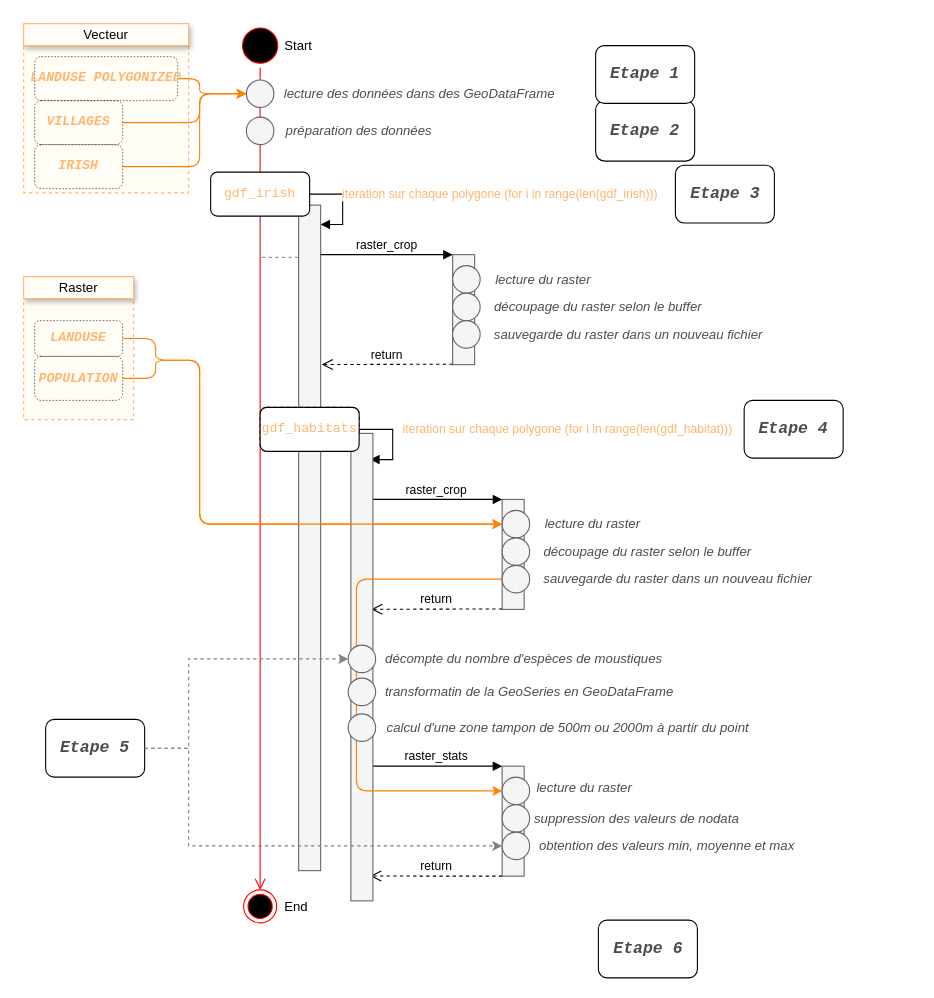
Earlier version of the draw.io diagram page "Par pays/habitats" (3 of 3) of docs/INPMT_simple.drawio (pierre-manchon/INPMT). Source tidied: cells renumbered, new cells numbered last; positions are measured from the earlier drawing's top-left corner, leaving out a move shared by most shapes. Both pictures are drawn from the tidied source at 110%, with x=0, y=0 at pixel (23, 23).
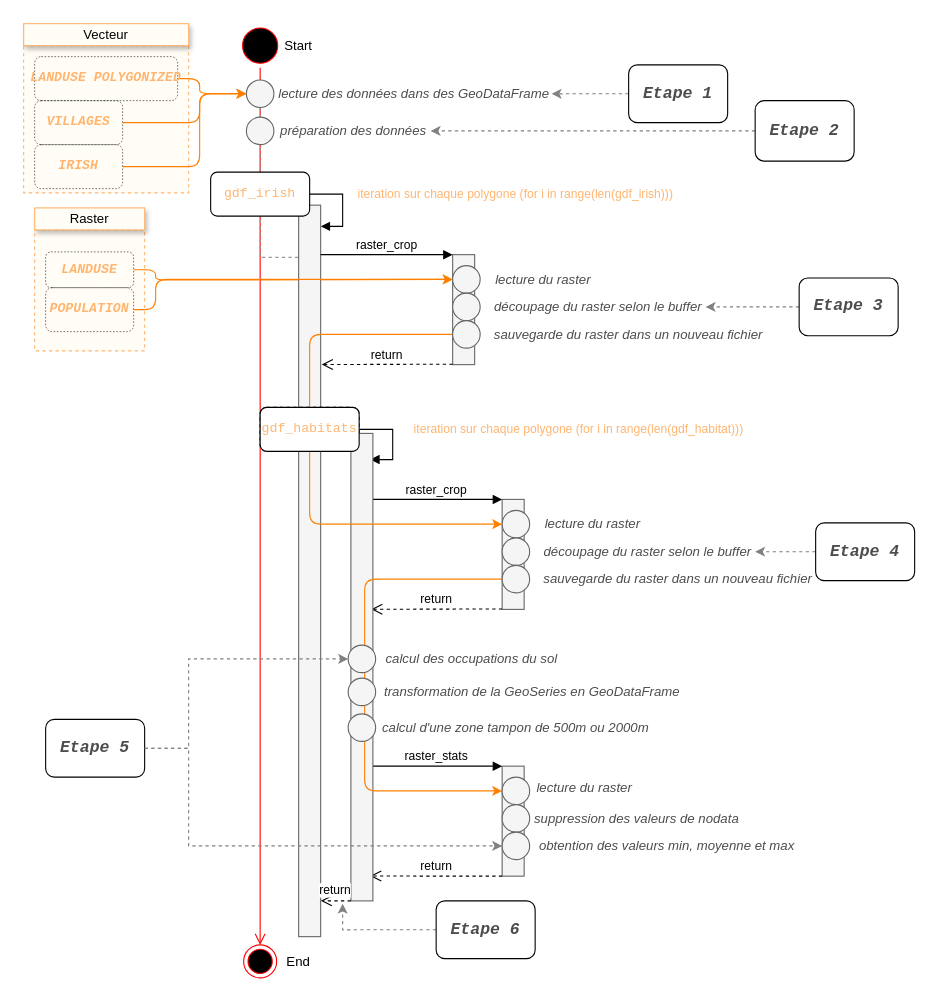
After the change.

The change refers to these unchanged cells:
```xml
<mxCell id="6" style="ellipse;html=1;shape=startState;fillColor=#000000;strokeColor=#ff0000;" parent="1" vertex="1">
  <mxGeometry x="195" width="40" height="40" as="geometry" />
</mxCell>
<mxCell id="33" value="&lt;pre style=&quot;font-family: &amp;quot;fira code&amp;quot;, monospace;&quot;&gt;&lt;pre style=&quot;font-family: &amp;quot;fira code&amp;quot; , monospace&quot;&gt;&lt;font&gt;gdf_villages&lt;/font&gt;&lt;/pre&gt;&lt;/pre&gt;" style="rounded=1;whiteSpace=wrap;html=1;sketch=0;shadow=0;labelBackgroundColor=none;fontColor=#7EA6E0;dashed=1;" parent="1" vertex="1">
  <mxGeometry x="215" y="348.8" width="90" height="40" as="geometry" />
</mxCell>
<mxCell id="35" style="html=1;points=[];perimeter=orthogonalPerimeter;fillColor=#f5f5f5;strokeColor=#666666;fontColor=#333333;" parent="1" vertex="1">
  <mxGeometry x="297.5" y="372.5" width="20" height="425" as="geometry" />
</mxCell>
<mxCell id="41" value="&lt;div&gt;découpage du raster selon le buffer&lt;/div&gt;" style="text;html=1;align=center;verticalAlign=middle;whiteSpace=wrap;rounded=0;shadow=0;glass=0;labelBackgroundColor=none;sketch=0;fontColor=#4D4D4D;fontStyle=2;" parent="1" vertex="1">
  <mxGeometry x="470" y="470" width="195" height="20" as="geometry" />
</mxCell>
<mxCell id="46" style="ellipse;whiteSpace=wrap;html=1;rounded=1;shadow=0;glass=0;labelBackgroundColor=none;sketch=0;fontColor=#333333;strokeColor=#666666;strokeWidth=1;fillColor=#f5f5f5;" parent="1" vertex="1">
  <mxGeometry x="435" y="442.5" width="25" height="25" as="geometry" />
</mxCell>
<mxCell id="49" style="ellipse;whiteSpace=wrap;html=1;rounded=1;shadow=0;glass=0;labelBackgroundColor=none;sketch=0;fontColor=#333333;strokeColor=#666666;strokeWidth=1;fillColor=#f5f5f5;" parent="1" vertex="1">
  <mxGeometry x="435" y="492.5" width="25" height="25" as="geometry" />
</mxCell>
<mxCell id="50" style="ellipse;whiteSpace=wrap;html=1;rounded=1;shadow=0;glass=0;labelBackgroundColor=none;sketch=0;fontColor=#333333;strokeColor=#666666;strokeWidth=1;fillColor=#f5f5f5;" parent="1" vertex="1">
  <mxGeometry x="435" y="685" width="25" height="25" as="geometry" />
</mxCell>
<mxCell id="70" value="&lt;div&gt;découpage du raster selon le buffer&lt;/div&gt;" style="text;html=1;align=center;verticalAlign=middle;whiteSpace=wrap;rounded=0;shadow=0;glass=0;labelBackgroundColor=none;sketch=0;fontColor=#4D4D4D;fontStyle=2;" parent="1" vertex="1">
  <mxGeometry x="425" y="247.5" width="195" height="20" as="geometry" />
</mxCell>
<mxCell id="72" style="ellipse;whiteSpace=wrap;html=1;rounded=1;shadow=0;glass=0;labelBackgroundColor=none;sketch=0;fontColor=#333333;strokeColor=#666666;strokeWidth=1;fillColor=#f5f5f5;" parent="1" vertex="1">
  <mxGeometry x="390" y="220" width="25" height="25" as="geometry" />
</mxCell>
<mxCell id="74" style="ellipse;whiteSpace=wrap;html=1;rounded=1;shadow=0;glass=0;labelBackgroundColor=none;sketch=0;fontColor=#333333;strokeColor=#666666;strokeWidth=1;fillColor=#f5f5f5;" parent="1" vertex="1">
  <mxGeometry x="390" y="270" width="25" height="25" as="geometry" />
</mxCell>
```

Diff of the diagram source:
```diff
@@
     <mxCell id="2" style="rounded=0;whiteSpace=wrap;html=1;labelBackgroundColor=none;dashed=1;strokeColor=#FFB570;fillColor=#FFFDF5;" parent="1" vertex="1">
-      <mxGeometry y="250" width="100" height="110" as="geometry" />
+      <mxGeometry x="10" y="187.5" width="100" height="110" as="geometry" />
     </mxCell>
@@
     <mxCell id="7" style="edgeStyle=orthogonalEdgeStyle;html=1;verticalAlign=bottom;endArrow=open;endSize=8;strokeColor=#ff0000;exitX=0.5;exitY=1;exitDx=0;exitDy=0;entryX=0.5;entryY=0;entryDx=0;entryDy=0;" parent="1" edge="1" source="6" target="8">
       <mxGeometry relative="1" as="geometry">
         <Array as="points">
-          <mxPoint x="215" y="381.2" />
-          <mxPoint x="215" y="381.2" />
+          <mxPoint x="215" y="830" />
+          <mxPoint x="215" y="830" />
         </Array>
       </mxGeometry>
     </mxCell>
     <mxCell id="8" style="ellipse;html=1;shape=endState;fillColor=#000000;strokeColor=#ff0000;" parent="1" vertex="1">
-      <mxGeometry x="200" y="787.5" width="30" height="30" as="geometry" />
+      <mxGeometry x="200" y="837.5" width="30" height="30" as="geometry" />
     </mxCell>
@@
     <mxCell id="11" value="Raster" style="rounded=0;whiteSpace=wrap;html=1;labelBackgroundColor=none;glass=0;shadow=1;strokeColor=#FFB570;fillColor=#FFFDF5;" parent="1" vertex="1">
-      <mxGeometry y="230" width="100" height="20" as="geometry" />
+      <mxGeometry x="10" y="167.5" width="100" height="20" as="geometry" />
     </mxCell>
-    <mxCell id="12" style="edgeStyle=orthogonalEdgeStyle;rounded=1;jettySize=auto;html=1;exitX=1;exitY=0.5;exitDx=0;exitDy=0;entryX=0;entryY=0.5;entryDx=0;entryDy=0;fontSize=15;fontColor=#FFB570;strokeColor=#FF8000;strokeWidth=1;" parent="1" edge="1" source="13" target="46">
+    <mxCell id="12" style="edgeStyle=orthogonalEdgeStyle;rounded=1;jettySize=auto;html=1;exitX=1;exitY=0.5;exitDx=0;exitDy=0;entryX=0;entryY=0.5;entryDx=0;entryDy=0;fontSize=15;fontColor=#FFB570;strokeColor=#FF8000;strokeWidth=1;" parent="1" edge="1" source="13" target="72">
       <mxGeometry relative="1" as="geometry">
         <Array as="points">
-          <mxPoint x="120" y="286" />
-          <mxPoint x="120" y="306" />
-          <mxPoint x="160" y="306" />
-          <mxPoint x="160" y="455" />
+          <mxPoint x="120" y="224" />
+          <mxPoint x="120" y="233" />
+          <mxPoint x="160" y="233" />
         </Array>
       </mxGeometry>
     </mxCell>
     <mxCell id="13" value="&lt;pre style=&quot;font-family: &amp;quot;fira code&amp;quot; , monospace&quot;&gt;&lt;span&gt;LANDUSE&lt;/span&gt;&lt;/pre&gt;" style="rounded=1;whiteSpace=wrap;html=1;sketch=0;shadow=0;labelBackgroundColor=none;strokeWidth=0.5;fontColor=#FFB570;fontStyle=3;fillColor=none;dashed=1;" parent="1" vertex="1">
-      <mxGeometry x="10" y="270" width="80" height="32.5" as="geometry" />
+      <mxGeometry x="20" y="207.5" width="80" height="32.5" as="geometry" />
     </mxCell>
     <mxCell id="14" value="lecture des données dans des GeoDataFrame" style="text;html=1;align=center;verticalAlign=middle;whiteSpace=wrap;rounded=0;shadow=0;glass=0;labelBackgroundColor=none;sketch=0;fontColor=#4D4D4D;fontStyle=2;" parent="1" vertex="1">
-      <mxGeometry x="230" y="53.8" width="260" height="20" as="geometry" />
+      <mxGeometry x="230" y="53.8" width="250" height="20" as="geometry" />
     </mxCell>
@@
     <mxCell id="17" value="&lt;pre style=&quot;font-family: &amp;quot;fira code&amp;quot; , monospace&quot;&gt;&lt;span&gt;POPULATION&lt;/span&gt;&lt;/pre&gt;" style="rounded=1;whiteSpace=wrap;html=1;sketch=0;shadow=0;labelBackgroundColor=none;strokeWidth=0.5;fontColor=#FFB570;fontStyle=3;fillColor=none;dashed=1;" parent="1" vertex="1">
-      <mxGeometry x="10" y="302.5" width="80" height="40" as="geometry" />
+      <mxGeometry x="20" y="240" width="80" height="40" as="geometry" />
     </mxCell>
+    <mxCell id="75" style="edgeStyle=orthogonalEdgeStyle;rounded=0;jettySize=auto;html=1;exitX=0;exitY=0.5;exitDx=0;exitDy=0;entryX=1;entryY=0.5;entryDx=0;entryDy=0;dashed=1;strokeColor=#808080;" parent="1" edge="1" source="18" target="64">
+      <mxGeometry relative="1" as="geometry" />
+    </mxCell>
     <mxCell id="18" value="&lt;pre style=&quot;font-family: &amp;quot;fira code&amp;quot;, monospace; font-size: 15px;&quot;&gt;&lt;pre style=&quot;font-family: &amp;quot;fira code&amp;quot;, monospace; font-size: 15px;&quot;&gt;&lt;font color=&quot;#4d4d4d&quot; style=&quot;line-height: 100%; font-size: 15px;&quot;&gt;Etape 2&lt;/font&gt;&lt;/pre&gt;&lt;/pre&gt;" style="rounded=1;whiteSpace=wrap;html=1;sketch=0;shadow=0;labelBackgroundColor=#ffffff;strokeWidth=1;fontSize=15;fontStyle=3;" parent="1" vertex="1">
-      <mxGeometry x="520" y="70" width="90" height="55" as="geometry" />
+      <mxGeometry x="665" y="70" width="90" height="55" as="geometry" />
     </mxCell>
@@
+    <mxCell id="76" style="edgeStyle=orthogonalEdgeStyle;rounded=0;jettySize=auto;html=1;exitX=0;exitY=0.5;exitDx=0;exitDy=0;entryX=1;entryY=0.5;entryDx=0;entryDy=0;dashed=1;strokeColor=#808080;" parent="1" edge="1" source="20" target="14">
+      <mxGeometry relative="1" as="geometry" />
+    </mxCell>
     <mxCell id="20" value="&lt;pre style=&quot;font-family: &amp;#34;fira code&amp;#34; , monospace ; font-size: 15px&quot;&gt;&lt;pre style=&quot;font-family: &amp;#34;fira code&amp;#34; , monospace ; font-size: 15px&quot;&gt;&lt;font color=&quot;#4d4d4d&quot; style=&quot;line-height: 100% ; font-size: 15px&quot;&gt;Etape 1&lt;/font&gt;&lt;/pre&gt;&lt;/pre&gt;" style="rounded=1;whiteSpace=wrap;html=1;sketch=0;shadow=0;labelBackgroundColor=none;strokeWidth=1;fontSize=15;fontStyle=3;" parent="1" vertex="1">
-      <mxGeometry x="520" y="20" width="90" height="52.5" as="geometry" />
+      <mxGeometry x="550" y="37.5" width="90" height="52.5" as="geometry" />
     </mxCell>
@@
     <mxCell id="23" value="&lt;font color=&quot;#ffb570&quot;&gt;iteration sur chaque polygone (for i in range(len(gdf_irish)))&lt;/font&gt;" style="edgeStyle=orthogonalEdgeStyle;html=1;align=left;spacingLeft=2;endArrow=block;rounded=0;exitX=1;exitY=0.5;exitDx=0;exitDy=0;entryX=0.998;entryY=0.029;entryDx=0;entryDy=0;entryPerimeter=0;" parent="1" edge="1" target="24">
-      <mxGeometry x="-0.33" relative="1" as="geometry">
+      <mxGeometry x="-0.24" y="10" relative="1" as="geometry">
         <mxPoint x="260" y="155" as="sourcePoint" />
         <Array as="points">
           <mxPoint x="290" y="155" />
-          <mxPoint x="290" y="183" />
+          <mxPoint x="290" y="184" />
         </Array>
       </mxGeometry>
     </mxCell>
     <mxCell id="24" style="html=1;points=[];perimeter=orthogonalPerimeter;fillColor=#f5f5f5;strokeColor=#666666;fontColor=#333333;" parent="1" vertex="1">
-      <mxGeometry x="250" y="165" width="20" height="605" as="geometry" />
+      <mxGeometry x="250" y="165" width="20" height="665" as="geometry" />
     </mxCell>
@@
     <mxCell id="32" value="&lt;font color=&quot;#ffb570&quot;&gt;iteration sur chaque polygone (for i in range(len(gdf_habitat)))&lt;/font&gt;" style="edgeStyle=orthogonalEdgeStyle;html=1;align=left;spacingLeft=2;endArrow=block;rounded=0;exitX=1;exitY=0.5;exitDx=0;exitDy=0;entryX=0.998;entryY=0.029;entryDx=0;entryDy=0;entryPerimeter=0;" parent="1" edge="1" source="33">
-      <mxGeometry x="-0.22" y="5" relative="1" as="geometry">
+      <mxGeometry x="-0.22" y="15" relative="1" as="geometry">
         <mxPoint x="315" y="396.3" as="targetPoint" />
         <Array as="points">
           <mxPoint x="335.5" y="368.8" />
           <mxPoint x="335.5" y="396.8" />
         </Array>
       </mxGeometry>
     </mxCell>
@@
     <mxCell id="34" value="End" style="text;html=1;strokeColor=none;fillColor=none;align=center;verticalAlign=middle;whiteSpace=wrap;rounded=0;" parent="1" vertex="1">
-      <mxGeometry x="227.5" y="792.5" width="40" height="20" as="geometry" />
+      <mxGeometry x="230" y="842.5" width="40" height="20" as="geometry" />
     </mxCell>
@@
-    <mxCell id="36" value="&lt;pre style=&quot;font-family: &amp;#34;fira code&amp;#34; , monospace&quot;&gt;&lt;pre style=&quot;font-family: &amp;#34;fira code&amp;#34; , monospace&quot;&gt;&lt;font&gt;gdf_habitats&lt;/font&gt;&lt;/pre&gt;&lt;/pre&gt;" style="rounded=1;whiteSpace=wrap;html=1;sketch=0;shadow=0;labelBackgroundColor=none;strokeWidth=1;fontColor=#FFB570;" parent="1" vertex="1">
-      <mxGeometry x="215" y="348.8" width="90" height="40" as="geometry" />
-    </mxCell>
-    <mxCell id="37" value="calcul d'une zone tampon de 500m ou 2000m à partir du point" style="text;html=1;align=center;verticalAlign=middle;whiteSpace=wrap;rounded=0;shadow=0;glass=0;labelBackgroundColor=none;sketch=0;fontColor=#4D4D4D;fontStyle=2;" parent="1" vertex="1">
-      <mxGeometry x="325" y="630" width="340" height="20" as="geometry" />
+    <mxCell id="37" value="calcul d'une zone tampon de 500m ou 2000m" style="text;html=1;align=center;verticalAlign=middle;whiteSpace=wrap;rounded=0;shadow=0;glass=0;labelBackgroundColor=none;sketch=0;fontColor=#4D4D4D;fontStyle=2;" parent="1" vertex="1">
+      <mxGeometry x="325" y="630" width="245" height="20" as="geometry" />
     </mxCell>
-    <mxCell id="38" value="transformatin de la GeoSeries en GeoDataFrame" style="text;html=1;align=center;verticalAlign=middle;whiteSpace=wrap;rounded=0;shadow=0;glass=0;labelBackgroundColor=none;sketch=0;fontColor=#4D4D4D;fontStyle=2;" parent="1" vertex="1">
-      <mxGeometry x="325" y="597.5" width="270" height="20" as="geometry" />
+    <mxCell id="38" value="transformation de la GeoSeries en GeoDataFrame" style="text;html=1;align=center;verticalAlign=middle;whiteSpace=wrap;rounded=0;shadow=0;glass=0;labelBackgroundColor=none;sketch=0;fontColor=#4D4D4D;fontStyle=2;" parent="1" vertex="1">
+      <mxGeometry x="325" y="597.5" width="275" height="20" as="geometry" />
     </mxCell>
-    <mxCell id="39" value="décompte du nombre d'espèces de moustiques" style="text;html=1;align=center;verticalAlign=middle;whiteSpace=wrap;rounded=0;shadow=0;glass=0;labelBackgroundColor=none;sketch=0;fontColor=#4D4D4D;fontStyle=2;" parent="1" vertex="1">
-      <mxGeometry x="325" y="567.5" width="260" height="20" as="geometry" />
+    <mxCell id="39" value="calcul des occupations du sol" style="text;html=1;align=center;verticalAlign=middle;whiteSpace=wrap;rounded=0;shadow=0;glass=0;labelBackgroundColor=none;sketch=0;fontColor=#4D4D4D;fontStyle=2;" parent="1" vertex="1">
+      <mxGeometry x="325" y="567.5" width="165" height="20" as="geometry" />
     </mxCell>
@@
     <mxCell id="48" style="edgeStyle=orthogonalEdgeStyle;rounded=1;jettySize=auto;html=1;exitX=0;exitY=0.5;exitDx=0;exitDy=0;entryX=0;entryY=0.5;entryDx=0;entryDy=0;fontSize=15;fontColor=#FFB570;strokeColor=#FF8000;strokeWidth=1;" parent="1" edge="1" source="49" target="50">
       <mxGeometry relative="1" as="geometry">
         <Array as="points">
-          <mxPoint x="302.5" y="504.8" />
-          <mxPoint x="302.5" y="697.8" />
+          <mxPoint x="310" y="505" />
+          <mxPoint x="310" y="698" />
         </Array>
       </mxGeometry>
     </mxCell>
@@
+    <mxCell id="77" style="edgeStyle=orthogonalEdgeStyle;rounded=0;jettySize=auto;html=1;exitX=0;exitY=0.5;exitDx=0;exitDy=0;entryX=1;entryY=0.5;entryDx=0;entryDy=0;dashed=1;strokeColor=#808080;" parent="1" edge="1" source="53" target="70">
+      <mxGeometry relative="1" as="geometry" />
+    </mxCell>
     <mxCell id="53" value="&lt;pre style=&quot;font-family: &amp;quot;fira code&amp;quot; , monospace ; font-size: 15px&quot;&gt;&lt;pre style=&quot;font-family: &amp;quot;fira code&amp;quot; , monospace ; font-size: 15px&quot;&gt;&lt;font color=&quot;#4d4d4d&quot; style=&quot;line-height: 100% ; font-size: 15px&quot;&gt;Etape 3&lt;/font&gt;&lt;/pre&gt;&lt;/pre&gt;" style="rounded=1;whiteSpace=wrap;html=1;sketch=0;shadow=0;labelBackgroundColor=#ffffff;strokeWidth=1;fontSize=15;fontStyle=3;" parent="1" vertex="1">
-      <mxGeometry x="592.5" y="128.7" width="90" height="52.5" as="geometry" />
+      <mxGeometry x="705" y="231.2" width="90" height="52.5" as="geometry" />
     </mxCell>
+    <mxCell id="78" style="edgeStyle=orthogonalEdgeStyle;rounded=0;jettySize=auto;html=1;exitX=0;exitY=0.5;exitDx=0;exitDy=0;entryX=1;entryY=0.5;entryDx=0;entryDy=0;dashed=1;strokeColor=#808080;" parent="1" edge="1" source="54" target="41">
+      <mxGeometry relative="1" as="geometry" />
+    </mxCell>
     <mxCell id="54" value="&lt;pre style=&quot;font-family: &amp;#34;fira code&amp;#34; , monospace ; font-size: 15px&quot;&gt;&lt;pre style=&quot;font-family: &amp;#34;fira code&amp;#34; , monospace ; font-size: 15px&quot;&gt;&lt;font color=&quot;#4d4d4d&quot; style=&quot;line-height: 100% ; font-size: 15px&quot;&gt;Etape 4&lt;/font&gt;&lt;/pre&gt;&lt;/pre&gt;" style="rounded=1;whiteSpace=wrap;html=1;sketch=0;shadow=0;labelBackgroundColor=#ffffff;strokeWidth=1;fontSize=15;fontStyle=3;" parent="1" vertex="1">
-      <mxGeometry x="655" y="342.5" width="90" height="52.5" as="geometry" />
+      <mxGeometry x="720" y="453.8" width="90" height="52.5" as="geometry" />
     </mxCell>
+    <mxCell id="79" style="edgeStyle=orthogonalEdgeStyle;rounded=0;jettySize=auto;html=1;exitX=0;exitY=0.5;exitDx=0;exitDy=0;dashed=1;strokeColor=#808080;" parent="1" edge="1" source="55">
+      <mxGeometry relative="1" as="geometry">
+        <mxPoint x="290" y="800" as="targetPoint" />
+        <Array as="points">
+          <mxPoint x="290" y="824" />
+        </Array>
+      </mxGeometry>
+    </mxCell>
     <mxCell id="55" value="&lt;pre style=&quot;font-family: &amp;#34;fira code&amp;#34; , monospace ; font-size: 15px&quot;&gt;&lt;pre style=&quot;font-family: &amp;#34;fira code&amp;#34; , monospace ; font-size: 15px&quot;&gt;&lt;font color=&quot;#4d4d4d&quot; style=&quot;line-height: 100% ; font-size: 15px&quot;&gt;Etape 6&lt;/font&gt;&lt;/pre&gt;&lt;/pre&gt;" style="rounded=1;whiteSpace=wrap;html=1;sketch=0;shadow=0;labelBackgroundColor=#ffffff;strokeWidth=1;fontSize=15;fontStyle=3;" parent="1" vertex="1">
-      <mxGeometry x="522.5" y="815" width="90" height="52.5" as="geometry" />
+      <mxGeometry x="375" y="797.5" width="90" height="52.5" as="geometry" />
     </mxCell>
-    <mxCell id="56" style="edgeStyle=orthogonalEdgeStyle;rounded=1;jettySize=auto;html=1;exitX=1;exitY=0.5;exitDx=0;exitDy=0;entryX=0;entryY=0.5;entryDx=0;entryDy=0;fontSize=15;fontColor=#FFB570;strokeColor=#FF8000;strokeWidth=1;" parent="1" edge="1" source="17" target="46">
+    <mxCell id="56" style="edgeStyle=orthogonalEdgeStyle;rounded=1;jettySize=auto;html=1;exitX=1;exitY=0.5;exitDx=0;exitDy=0;entryX=0;entryY=0.5;entryDx=0;entryDy=0;fontSize=15;fontColor=#FFB570;strokeColor=#FF8000;strokeWidth=1;" parent="1" edge="1" source="17" target="72">
       <mxGeometry relative="1" as="geometry">
         <Array as="points">
-          <mxPoint x="120" y="323" />
-          <mxPoint x="120" y="306" />
-          <mxPoint x="160" y="306" />
-          <mxPoint x="160" y="455" />
+          <mxPoint x="120" y="260" />
+          <mxPoint x="120" y="233" />
         </Array>
       </mxGeometry>
     </mxCell>
@@
     <mxCell id="64" value="préparation des données" style="text;html=1;align=center;verticalAlign=middle;whiteSpace=wrap;rounded=0;shadow=0;glass=0;labelBackgroundColor=none;sketch=0;fontColor=#4D4D4D;fontStyle=2;" parent="1" vertex="1">
-      <mxGeometry x="230" y="87.5" width="150" height="20" as="geometry" />
+      <mxGeometry x="230" y="87.5" width="140" height="20" as="geometry" />
     </mxCell>
@@
+    <mxCell id="80" style="edgeStyle=orthogonalEdgeStyle;rounded=1;jettySize=auto;html=1;exitX=0;exitY=0.5;exitDx=0;exitDy=0;entryX=0;entryY=0.5;entryDx=0;entryDy=0;strokeColor=#FF8000;" parent="1" edge="1" source="74" target="46">
+      <mxGeometry relative="1" as="geometry">
+        <Array as="points">
+          <mxPoint x="260" y="283" />
+          <mxPoint x="260" y="455" />
+        </Array>
+      </mxGeometry>
+    </mxCell>
@@
+    <mxCell id="36" value="&lt;pre style=&quot;font-family: &amp;#34;fira code&amp;#34; , monospace&quot;&gt;&lt;pre style=&quot;font-family: &amp;#34;fira code&amp;#34; , monospace&quot;&gt;&lt;font&gt;gdf_habitats&lt;/font&gt;&lt;/pre&gt;&lt;/pre&gt;" style="rounded=1;whiteSpace=wrap;html=1;sketch=0;shadow=0;labelBackgroundColor=none;strokeWidth=1;fontColor=#FFB570;" parent="1" vertex="1">
+      <mxGeometry x="215" y="348.8" width="90" height="40" as="geometry" />
+    </mxCell>
+    <mxCell id="81" value="return" style="html=1;verticalAlign=bottom;endArrow=open;dashed=1;endSize=8;exitX=-0.003;exitY=1;exitDx=0;exitDy=0;exitPerimeter=0;entryX=1.005;entryY=0.951;entryDx=0;entryDy=0;entryPerimeter=0;" parent="1" edge="1" source="35" target="24">
+      <mxGeometry relative="1" as="geometry" />
+    </mxCell>
```
